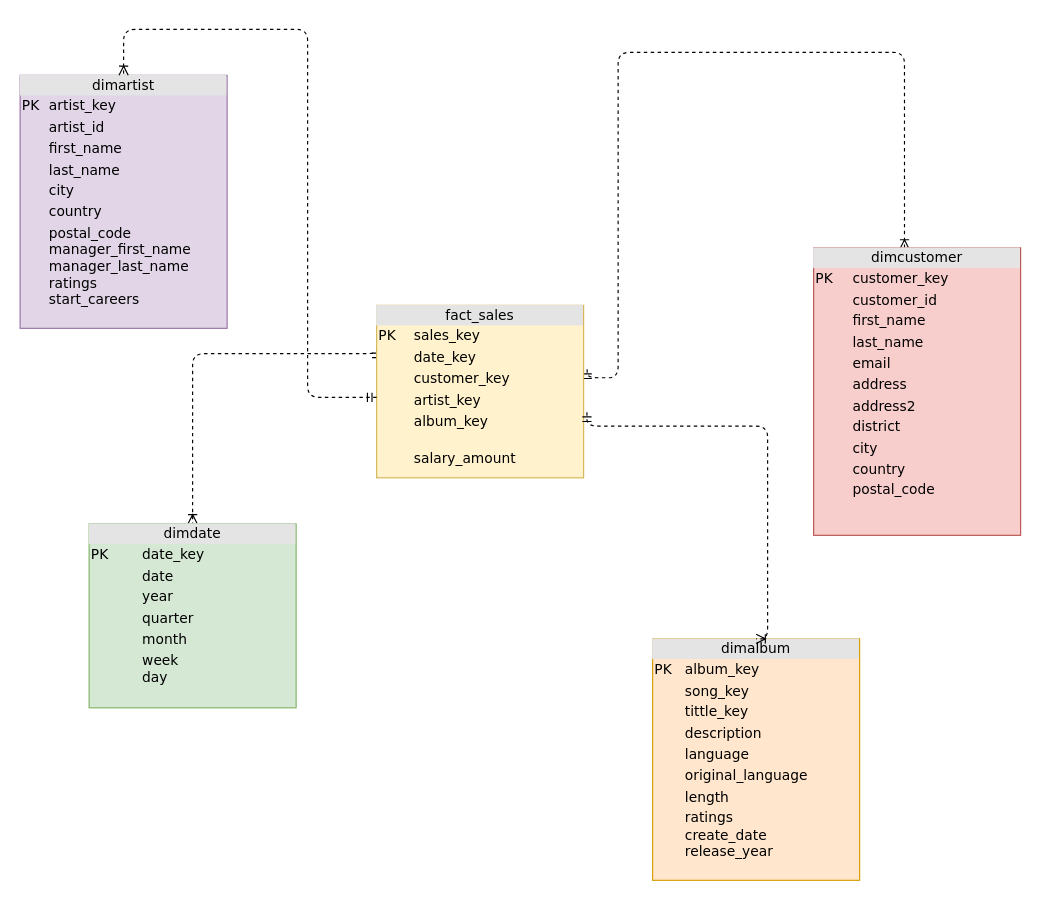
Before: Artist Diagram.drawio in atinaanz/atina.schema, a draw.io diagram. Source tidied: cells renumbered, new cells numbered last; positions are measured from the earlier drawing's top-left corner, leaving out a move shared by most shapes. Both pictures are drawn from the tidied source at 115%, with x=0, y=0 at pixel (20, 29).
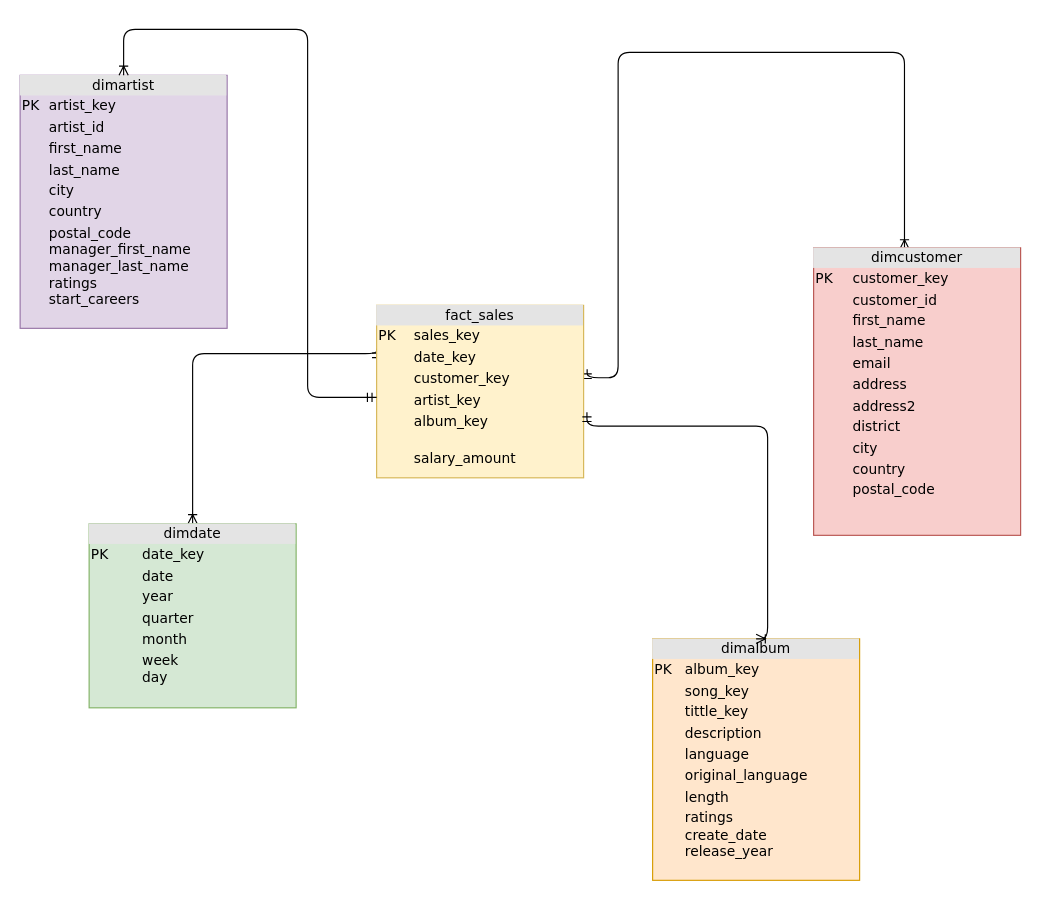
Above is the later version.

What changed in the source:
```diff
@@
 <mxGraphModel>
   <root>
     <mxCell id="0" />
     <mxCell id="1" parent="0" />
-    <mxCell id="2" style="edgeStyle=orthogonalEdgeStyle;html=1;dashed=1;labelBackgroundColor=none;startArrow=ERmandOne;endArrow=ERoneToMany;fontFamily=Verdana;fontSize=12;align=left;exitX=1.017;exitY=0.371;exitDx=0;exitDy=0;exitPerimeter=0;entryX=0.439;entryY=0.004;entryDx=0;entryDy=0;entryPerimeter=0;" parent="1" edge="1" source="5" target="6">
+    <mxCell id="2" style="edgeStyle=orthogonalEdgeStyle;html=1;labelBackgroundColor=none;startArrow=ERmandOne;endArrow=ERoneToMany;fontFamily=Verdana;fontSize=12;align=left;exitX=1.017;exitY=0.371;exitDx=0;exitDy=0;exitPerimeter=0;entryX=0.439;entryY=0.004;entryDx=0;entryDy=0;entryPerimeter=0;" parent="1" edge="1" source="5" target="6">
       <mxGeometry relative="1" as="geometry">
         <Array as="points">
           <mxPoint x="520" y="303" />
           <mxPoint x="520" y="20" />
           <mxPoint x="769" y="20" />
         </Array>
       </mxGeometry>
     </mxCell>
-    <mxCell id="3" style="edgeStyle=orthogonalEdgeStyle;html=1;exitX=0;exitY=0.25;entryX=0.5;entryY=0;dashed=1;labelBackgroundColor=none;startArrow=ERmandOne;endArrow=ERoneToMany;fontFamily=Verdana;fontSize=12;align=left;entryDx=0;entryDy=0;exitDx=0;exitDy=0;" parent="1" edge="1" source="5" target="7">
+    <mxCell id="3" style="edgeStyle=orthogonalEdgeStyle;html=1;exitX=0;exitY=0.25;entryX=0.5;entryY=0;labelBackgroundColor=none;startArrow=ERmandOne;endArrow=ERoneToMany;fontFamily=Verdana;fontSize=12;align=left;entryDx=0;entryDy=0;exitDx=0;exitDy=0;" parent="1" edge="1" source="5" target="7">
       <mxGeometry relative="1" as="geometry">
         <Array as="points">
           <mxPoint x="150" y="282" />
         </Array>
       </mxGeometry>
     </mxCell>
     <mxCell id="4" value="&lt;div style=&quot;text-align: center; box-sizing: border-box; width: 100%; background: rgb(228, 228, 228); padding: 2px;&quot;&gt;dimalbum&lt;/div&gt;&lt;table style=&quot;width: 100% ; font-size: 1em&quot; cellpadding=&quot;2&quot; cellspacing=&quot;0&quot;&gt;&lt;tbody&gt;&lt;tr&gt;&lt;td&gt;PK&lt;/td&gt;&lt;td&gt;album_key&lt;/td&gt;&lt;/tr&gt;&lt;tr&gt;&lt;td&gt;&lt;br&gt;&lt;/td&gt;&lt;td&gt;song_key&lt;br&gt;&lt;/td&gt;&lt;/tr&gt;&lt;tr&gt;&lt;td&gt;&lt;br&gt;&lt;/td&gt;&lt;td&gt;tittle_key&lt;/td&gt;&lt;/tr&gt;&lt;tr&gt;&lt;td&gt;&lt;br&gt;&lt;/td&gt;&lt;td&gt;description&lt;br&gt;&lt;/td&gt;&lt;/tr&gt;&lt;tr&gt;&lt;td&gt;&lt;br&gt;&lt;/td&gt;&lt;td&gt;language&lt;br&gt;&lt;/td&gt;&lt;/tr&gt;&lt;tr&gt;&lt;td&gt;&lt;br&gt;&lt;/td&gt;&lt;td&gt;original_language&lt;br&gt;&lt;/td&gt;&lt;/tr&gt;&lt;tr&gt;&lt;td&gt;&lt;br&gt;&lt;/td&gt;&lt;td&gt;length&lt;br&gt;&lt;/td&gt;&lt;/tr&gt;&lt;tr&gt;&lt;td&gt;&lt;br&gt;&lt;/td&gt;&lt;td&gt;ratings&lt;br&gt;create_date&lt;br&gt;release_year&lt;/td&gt;&lt;/tr&gt;&lt;/tbody&gt;&lt;/table&gt;" style="verticalAlign=top;align=left;overflow=fill;html=1;rounded=0;shadow=0;comic=0;labelBackgroundColor=none;strokeWidth=1;fontFamily=Verdana;fontSize=12;fillColor=#ffe6cc;strokeColor=#d79b00;" parent="1" vertex="1">
       <mxGeometry x="550" y="530" width="180" height="210" as="geometry" />
     </mxCell>
     <mxCell id="5" value="&lt;div style=&quot;text-align: center; box-sizing: border-box; width: 100%; background: rgb(228, 228, 228); padding: 2px;&quot;&gt;fact_sales&lt;/div&gt;&lt;table style=&quot;width: 100% ; font-size: 1em&quot; cellpadding=&quot;2&quot; cellspacing=&quot;0&quot;&gt;&lt;tbody&gt;&lt;tr&gt;&lt;td&gt;PK&lt;/td&gt;&lt;td&gt;sales_key&lt;br&gt;&lt;/td&gt;&lt;/tr&gt;&lt;tr&gt;&lt;td&gt;&lt;br&gt;&lt;/td&gt;&lt;td&gt;date_key&lt;/td&gt;&lt;/tr&gt;&lt;tr&gt;&lt;td&gt;&lt;br&gt;&lt;/td&gt;&lt;td&gt;customer_key&lt;br&gt;&lt;/td&gt;&lt;/tr&gt;&lt;tr&gt;&lt;td&gt;&lt;br&gt;&lt;/td&gt;&lt;td&gt;artist_key&lt;/td&gt;&lt;/tr&gt;&lt;tr&gt;&lt;td&gt;&lt;br&gt;&lt;/td&gt;&lt;td&gt;album_key&lt;/td&gt;&lt;/tr&gt;&lt;tr&gt;&lt;td&gt;&lt;/td&gt;&lt;td&gt;&lt;br&gt;salary_amount&lt;/td&gt;&lt;/tr&gt;&lt;tr&gt;&lt;td&gt;&lt;/td&gt;&lt;td&gt;&lt;br&gt;&lt;/td&gt;&lt;/tr&gt;&lt;/tbody&gt;&lt;/table&gt;" style="verticalAlign=top;align=left;overflow=fill;html=1;rounded=0;shadow=0;comic=0;labelBackgroundColor=none;strokeWidth=1;fontFamily=Verdana;fontSize=12;fillColor=#fff2cc;strokeColor=#d6b656;" parent="1" vertex="1">
       <mxGeometry x="310" y="240" width="180" height="150" as="geometry" />
     </mxCell>
     <mxCell id="6" value="&lt;div style=&quot;text-align: center; box-sizing: border-box; width: 100%; background: rgb(228, 228, 228); padding: 2px;&quot;&gt;dimcustomer&lt;/div&gt;&lt;table style=&quot;width: 100% ; font-size: 1em&quot; cellpadding=&quot;2&quot; cellspacing=&quot;0&quot;&gt;&lt;tbody&gt;&lt;tr&gt;&lt;td&gt;PK&lt;/td&gt;&lt;td&gt;customer_key&lt;/td&gt;&lt;/tr&gt;&lt;tr&gt;&lt;td&gt;&lt;/td&gt;&lt;td&gt;customer_id&lt;/td&gt;&lt;/tr&gt;&lt;tr&gt;&lt;td&gt;&lt;br&gt;&lt;/td&gt;&lt;td&gt;first_name&lt;br&gt;&lt;/td&gt;&lt;/tr&gt;&lt;tr&gt;&lt;td&gt;&lt;br&gt;&lt;/td&gt;&lt;td&gt;last_name&lt;br&gt;&lt;/td&gt;&lt;/tr&gt;&lt;tr&gt;&lt;td&gt;&lt;br&gt;&lt;/td&gt;&lt;td&gt;email&lt;br&gt;&lt;/td&gt;&lt;/tr&gt;&lt;tr&gt;&lt;td&gt;&lt;br&gt;&lt;/td&gt;&lt;td&gt;address&lt;br&gt;&lt;/td&gt;&lt;/tr&gt;&lt;tr&gt;&lt;td&gt;&lt;br&gt;&lt;/td&gt;&lt;td&gt;address2&lt;br&gt;&lt;/td&gt;&lt;/tr&gt;&lt;tr&gt;&lt;td&gt;&lt;br&gt;&lt;/td&gt;&lt;td&gt;district&lt;br&gt;&lt;/td&gt;&lt;/tr&gt;&lt;tr&gt;&lt;td&gt;&lt;br&gt;&lt;/td&gt;&lt;td&gt;city&lt;br&gt;&lt;/td&gt;&lt;/tr&gt;&lt;tr&gt;&lt;td&gt;&lt;br&gt;&lt;/td&gt;&lt;td&gt;country&lt;br&gt;&lt;/td&gt;&lt;/tr&gt;&lt;tr&gt;&lt;td&gt;&lt;br&gt;&lt;/td&gt;&lt;td&gt;postal_code&lt;br&gt;&lt;br&gt;&lt;/td&gt;&lt;/tr&gt;&lt;/tbody&gt;&lt;/table&gt;" style="verticalAlign=top;align=left;overflow=fill;html=1;rounded=0;shadow=0;comic=0;labelBackgroundColor=none;strokeWidth=1;fontFamily=Verdana;fontSize=12;fillColor=#f8cecc;strokeColor=#b85450;" parent="1" vertex="1">
       <mxGeometry x="690" y="190" width="180" height="250" as="geometry" />
     </mxCell>
     <mxCell id="7" value="&lt;div style=&quot;text-align: center; box-sizing: border-box; width: 100%; background: rgb(228, 228, 228); padding: 2px;&quot;&gt;dimdate&lt;/div&gt;&lt;table style=&quot;width: 100% ; font-size: 1em&quot; cellpadding=&quot;2&quot; cellspacing=&quot;0&quot;&gt;&lt;tbody&gt;&lt;tr&gt;&lt;td&gt;PK&lt;/td&gt;&lt;td&gt;date_key&lt;/td&gt;&lt;/tr&gt;&lt;tr&gt;&lt;td&gt;&lt;br&gt;&lt;/td&gt;&lt;td&gt;date&lt;/td&gt;&lt;/tr&gt;&lt;tr&gt;&lt;td&gt;&lt;/td&gt;&lt;td&gt;year&lt;/td&gt;&lt;/tr&gt;&lt;tr&gt;&lt;td&gt;&lt;br&gt;&lt;/td&gt;&lt;td&gt;quarter&lt;br&gt;&lt;/td&gt;&lt;/tr&gt;&lt;tr&gt;&lt;td&gt;&lt;br&gt;&lt;/td&gt;&lt;td&gt;month&lt;br&gt;&lt;/td&gt;&lt;/tr&gt;&lt;tr&gt;&lt;td&gt;&lt;br&gt;&lt;/td&gt;&lt;td&gt;week&lt;br&gt;day&lt;br&gt;&lt;/td&gt;&lt;/tr&gt;&lt;/tbody&gt;&lt;/table&gt;" style="verticalAlign=top;align=left;overflow=fill;html=1;rounded=0;shadow=0;comic=0;labelBackgroundColor=none;strokeWidth=1;fontFamily=Verdana;fontSize=12;fillColor=#d5e8d4;strokeColor=#82b366;" parent="1" vertex="1">
       <mxGeometry x="60" y="430" width="180" height="160" as="geometry" />
     </mxCell>
-    <mxCell id="8" style="edgeStyle=orthogonalEdgeStyle;html=1;dashed=1;labelBackgroundColor=none;startArrow=ERmandOne;endArrow=ERoneToMany;fontFamily=Verdana;fontSize=12;align=left;exitX=1.016;exitY=0.62;exitDx=0;exitDy=0;exitPerimeter=0;entryX=0.5;entryY=0;entryDx=0;entryDy=0;" parent="1" edge="1" source="5" target="4">
+    <mxCell id="8" style="edgeStyle=orthogonalEdgeStyle;html=1;labelBackgroundColor=none;startArrow=ERmandOne;endArrow=ERoneToMany;fontFamily=Verdana;fontSize=12;align=left;exitX=1.016;exitY=0.62;exitDx=0;exitDy=0;exitPerimeter=0;entryX=0.5;entryY=0;entryDx=0;entryDy=0;" parent="1" edge="1" source="5" target="4">
       <mxGeometry relative="1" as="geometry">
         <Array as="points">
           <mxPoint x="650" y="345" />
           <mxPoint x="650" y="530" />
         </Array>
       </mxGeometry>
     </mxCell>
     <mxCell id="9" value="&lt;div style=&quot;text-align: center; box-sizing: border-box; width: 100%; background: rgb(228, 228, 228); padding: 2px;&quot;&gt;dimartist&lt;/div&gt;&lt;table style=&quot;width: 100% ; font-size: 1em&quot; cellpadding=&quot;2&quot; cellspacing=&quot;0&quot;&gt;&lt;tbody&gt;&lt;tr&gt;&lt;td&gt;PK&lt;/td&gt;&lt;td&gt;artist_key&lt;/td&gt;&lt;/tr&gt;&lt;tr&gt;&lt;td&gt;&lt;/td&gt;&lt;td&gt;artist_id&lt;/td&gt;&lt;/tr&gt;&lt;tr&gt;&lt;td&gt;&lt;br&gt;&lt;/td&gt;&lt;td&gt;first_name&lt;br&gt;&lt;/td&gt;&lt;/tr&gt;&lt;tr&gt;&lt;td&gt;&lt;br&gt;&lt;/td&gt;&lt;td&gt;last_name&lt;/td&gt;&lt;/tr&gt;&lt;tr&gt;&lt;td&gt;&lt;br&gt;&lt;/td&gt;&lt;td&gt;city&lt;br&gt;&lt;/td&gt;&lt;/tr&gt;&lt;tr&gt;&lt;td&gt;&lt;br&gt;&lt;/td&gt;&lt;td&gt;country&lt;br&gt;&lt;/td&gt;&lt;/tr&gt;&lt;tr&gt;&lt;td&gt;&lt;br&gt;&lt;/td&gt;&lt;td&gt;postal_code&lt;br&gt;manager_first_name&lt;br&gt;manager_last_name&lt;br&gt;ratings&lt;br&gt;start_careers&lt;br&gt;&lt;br&gt;&lt;/td&gt;&lt;/tr&gt;&lt;/tbody&gt;&lt;/table&gt;" style="verticalAlign=top;align=left;overflow=fill;html=1;rounded=0;shadow=0;comic=0;labelBackgroundColor=none;strokeWidth=1;fontFamily=Verdana;fontSize=12;fillColor=#e1d5e7;strokeColor=#9673a6;" parent="1" vertex="1">
       <mxGeometry y="40" width="180" height="220" as="geometry" />
     </mxCell>
-    <mxCell id="10" style="edgeStyle=orthogonalEdgeStyle;html=1;entryX=0.5;entryY=0;dashed=1;labelBackgroundColor=none;startArrow=ERmandOne;endArrow=ERoneToMany;fontFamily=Verdana;fontSize=12;align=left;entryDx=0;entryDy=0;" parent="1" edge="1" source="5" target="9">
+    <mxCell id="10" style="edgeStyle=orthogonalEdgeStyle;html=1;entryX=0.5;entryY=0;labelBackgroundColor=none;startArrow=ERmandOne;endArrow=ERoneToMany;fontFamily=Verdana;fontSize=12;align=left;entryDx=0;entryDy=0;" parent="1" edge="1" source="5" target="9">
       <mxGeometry relative="1" as="geometry">
         <Array as="points">
           <mxPoint x="250" y="320" />
           <mxPoint x="250" />
           <mxPoint x="90" />
         </Array>
       </mxGeometry>
     </mxCell>
   </root>
 </mxGraphModel>
```
